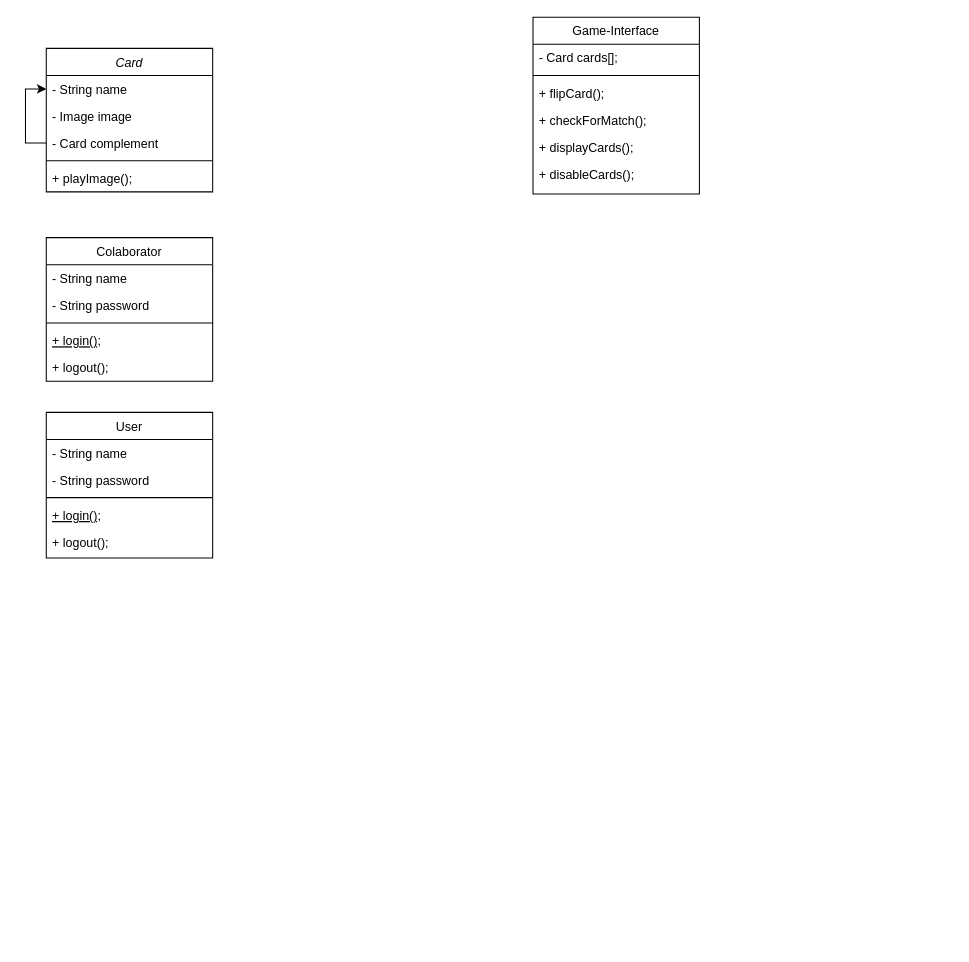
This is Final-Homework/AMS-Final-Homework-Class-Diagram.drawio from Stuepp/AMS, a draw.io file, before an edit. Source tidied: cells renumbered, new cells numbered last; positions are measured from the earlier drawing's top-left corner, leaving out a move shared by most shapes. Both pictures are drawn from the tidied source at 104%, with x=0, y=0 at pixel (46, 17).
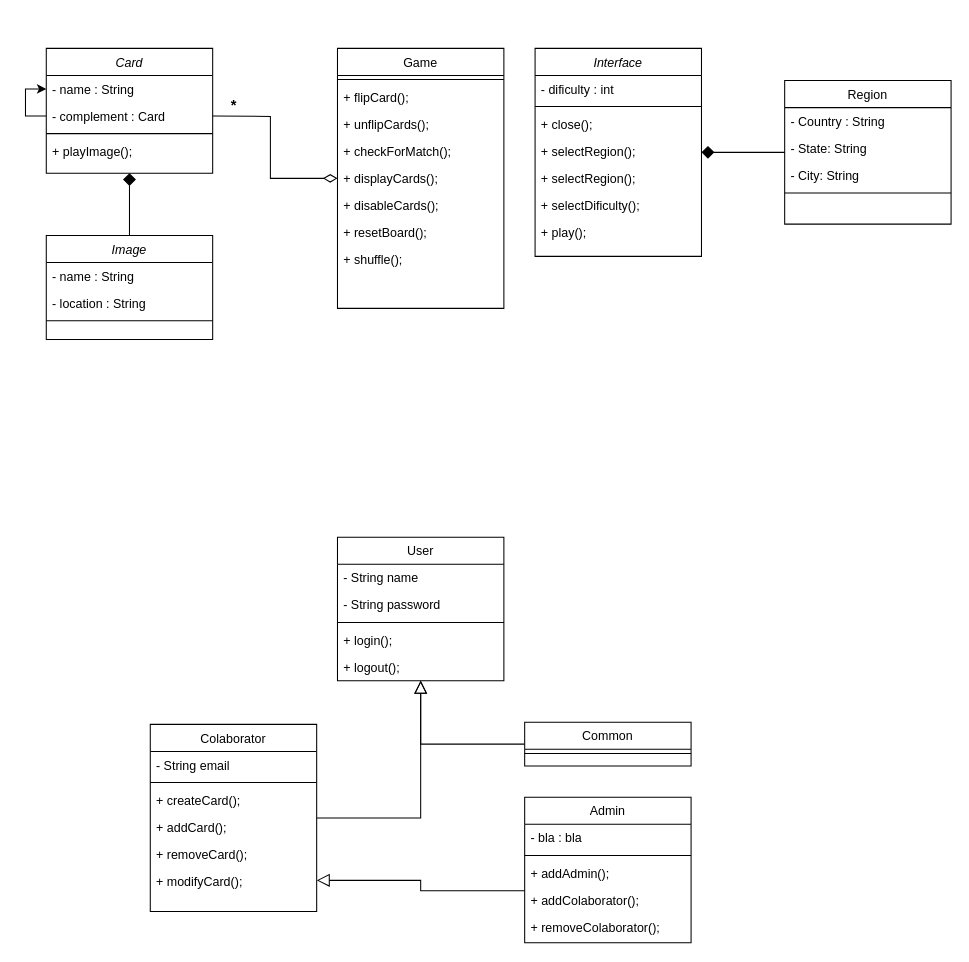
Above is the later version.

Commit message:
Class-Diagram

Diff of the diagram source:
```diff
@@
     <mxCell id="2" value="Card" style="swimlane;fontStyle=2;align=center;verticalAlign=top;horizontal=1;startSize=26;rounded=0;shadow=0;strokeWidth=1;" parent="1" vertex="1">
-      <mxGeometry y="30" width="160" height="138" as="geometry" />
+      <mxGeometry y="30" width="160" height="120" as="geometry" />
     </mxCell>
-    <mxCell id="3" value="- String name" style="text;align=left;verticalAlign=top;spacingLeft=4;spacingRight=4;overflow=hidden;points=[[0,0.5],[1,0.5]];portConstraint=eastwest;" parent="2" vertex="1">
+    <mxCell id="3" value="- name : String" style="text;align=left;verticalAlign=top;spacingLeft=4;spacingRight=4;overflow=hidden;points=[[0,0.5],[1,0.5]];portConstraint=eastwest;" parent="2" vertex="1">
       <mxGeometry y="26" width="160" height="26" as="geometry" />
     </mxCell>
-    <mxCell id="4" value="- Image image" style="text;align=left;verticalAlign=top;spacingLeft=4;spacingRight=4;overflow=hidden;rounded=0;shadow=0;html=0;" parent="2" vertex="1">
-      <mxGeometry y="52" width="160" height="26" as="geometry" />
-    </mxCell>
@@
-    <mxCell id="6" value="- Card complement" style="text;align=left;verticalAlign=top;spacingLeft=4;spacingRight=4;overflow=hidden;points=[[0,0.5],[1,0.5]];portConstraint=eastwest;rounded=0;shadow=0;html=0;" parent="2" vertex="1">
-      <mxGeometry y="78" width="160" height="26" as="geometry" />
+    <mxCell id="6" value="- complement : Card" style="text;align=left;verticalAlign=top;spacingLeft=4;spacingRight=4;overflow=hidden;points=[[0,0.5],[1,0.5]];portConstraint=eastwest;rounded=0;shadow=0;html=0;" parent="2" vertex="1">
+      <mxGeometry y="52" width="160" height="26" as="geometry" />
     </mxCell>
     <mxCell id="7" style="line;html=1;strokeWidth=1;align=left;verticalAlign=middle;spacingTop=-1;spacingLeft=3;spacingRight=3;labelPosition=right;" parent="2" vertex="1">
-      <mxGeometry y="104" width="160" height="8" as="geometry" />
+      <mxGeometry y="78" width="160" height="8" as="geometry" />
     </mxCell>
     <mxCell id="8" value="+ playImage();" style="text;align=left;verticalAlign=top;spacingLeft=4;spacingRight=4;overflow=hidden;rounded=0;shadow=0;html=0;" parent="2" vertex="1">
-      <mxGeometry y="112" width="160" height="26" as="geometry" />
+      <mxGeometry y="86" width="160" height="26" as="geometry" />
     </mxCell>
+    <mxCell id="28" style="edgeStyle=orthogonalEdgeStyle;rounded=0;jettySize=auto;html=1;endArrow=block;endFill=0;endSize=10;" parent="1" edge="1" source="9" target="36">
+      <mxGeometry relative="1" as="geometry" />
+    </mxCell>
     <mxCell id="9" value="Colaborator" style="swimlane;fontStyle=0;align=center;verticalAlign=top;horizontal=1;startSize=26;rounded=0;shadow=0;strokeWidth=1;" parent="1" vertex="1">
-      <mxGeometry y="212" width="160" height="138" as="geometry" />
+      <mxGeometry x="100" y="680" width="160" height="180" as="geometry" />
     </mxCell>
-    <mxCell id="10" value="- String name" style="text;align=left;verticalAlign=top;spacingLeft=4;spacingRight=4;overflow=hidden;" parent="9" vertex="1">
+    <mxCell id="10" value="- String email" style="text;align=left;verticalAlign=top;spacingLeft=4;spacingRight=4;overflow=hidden;" parent="9" vertex="1">
       <mxGeometry y="26" width="160" height="26" as="geometry" />
     </mxCell>
-    <mxCell id="11" value="- String password" style="text;align=left;verticalAlign=top;spacingLeft=4;spacingRight=4;overflow=hidden;rounded=0;shadow=0;html=0;" parent="9" vertex="1">
-      <mxGeometry y="52" width="160" height="26" as="geometry" />
-    </mxCell>
     <mxCell id="12" style="line;html=1;strokeWidth=1;align=left;verticalAlign=middle;spacingTop=-1;spacingLeft=3;spacingRight=3;labelPosition=right;" parent="9" vertex="1">
-      <mxGeometry y="78" width="160" height="8" as="geometry" />
+      <mxGeometry y="52" width="160" height="8" as="geometry" />
     </mxCell>
-    <mxCell id="13" value="+ login();" style="text;align=left;verticalAlign=top;spacingLeft=4;spacingRight=4;overflow=hidden;fontStyle=4;" parent="9" vertex="1">
-      <mxGeometry y="86" width="160" height="26" as="geometry" />
+    <mxCell id="13" value="+ createCard();" style="text;align=left;verticalAlign=top;spacingLeft=4;spacingRight=4;overflow=hidden;fontStyle=0;" parent="9" vertex="1">
+      <mxGeometry y="60" width="160" height="26" as="geometry" />
     </mxCell>
-    <mxCell id="14" value="+ logout();" style="text;align=left;verticalAlign=top;spacingLeft=4;spacingRight=4;overflow=hidden;" parent="9" vertex="1">
-      <mxGeometry y="112" width="160" height="26" as="geometry" />
-    </mxCell>
+    <mxCell id="29" value="+ addCard();" style="text;align=left;verticalAlign=top;spacingLeft=4;spacingRight=4;overflow=hidden;fontStyle=0;" parent="9" vertex="1">
+      <mxGeometry y="86" width="160" height="26" as="geometry" />
+    </mxCell>
+    <mxCell id="30" value="+ removeCard();" style="text;align=left;verticalAlign=top;spacingLeft=4;spacingRight=4;overflow=hidden;fontStyle=0;" parent="9" vertex="1">
+      <mxGeometry y="112" width="160" height="26" as="geometry" />
+    </mxCell>
+    <mxCell id="31" value="+ modifyCard();" style="text;align=left;verticalAlign=top;spacingLeft=4;spacingRight=4;overflow=hidden;fontStyle=0;" parent="9" vertex="1">
+      <mxGeometry y="138" width="160" height="26" as="geometry" />
+    </mxCell>
-    <mxCell id="15" value="Game-Interface" style="swimlane;fontStyle=0;align=center;verticalAlign=top;horizontal=1;startSize=26;rounded=0;shadow=0;strokeWidth=1;" parent="1" vertex="1">
-      <mxGeometry x="468" width="160" height="170" as="geometry" />
+    <mxCell id="15" value="Game" style="swimlane;fontStyle=0;align=center;verticalAlign=top;horizontal=1;startSize=26;rounded=0;shadow=0;strokeWidth=1;" parent="1" vertex="1">
+      <mxGeometry x="280" y="30" width="160" height="250" as="geometry" />
     </mxCell>
-    <mxCell id="16" value="- Card cards[];" style="text;align=left;verticalAlign=top;spacingLeft=4;spacingRight=4;overflow=hidden;" parent="15" vertex="1">
-      <mxGeometry y="26" width="160" height="26" as="geometry" />
-    </mxCell>
     <mxCell id="17" style="line;html=1;strokeWidth=1;align=left;verticalAlign=middle;spacingTop=-1;spacingLeft=3;spacingRight=3;labelPosition=right;" parent="15" vertex="1">
-      <mxGeometry y="52" width="160" height="8" as="geometry" />
+      <mxGeometry y="26" width="160" height="8" as="geometry" />
     </mxCell>
     <mxCell id="18" value="+ flipCard();" style="text;align=left;verticalAlign=top;spacingLeft=4;spacingRight=4;overflow=hidden;" parent="15" vertex="1">
-      <mxGeometry y="60" width="160" height="26" as="geometry" />
+      <mxGeometry y="34" width="160" height="26" as="geometry" />
     </mxCell>
+    <mxCell id="32" value="+ unflipCards();" style="text;align=left;verticalAlign=top;spacingLeft=4;spacingRight=4;overflow=hidden;" parent="15" vertex="1">
+      <mxGeometry y="60" width="160" height="26" as="geometry" />
+    </mxCell>
@@
+    <mxCell id="33" value="+ resetBoard();" style="text;align=left;verticalAlign=top;spacingLeft=4;spacingRight=4;overflow=hidden;" parent="15" vertex="1">
+      <mxGeometry y="164" width="160" height="26" as="geometry" />
+    </mxCell>
+    <mxCell id="34" value="+ shuffle();" style="text;align=left;verticalAlign=top;spacingLeft=4;spacingRight=4;overflow=hidden;" parent="15" vertex="1">
+      <mxGeometry y="190" width="160" height="26" as="geometry" />
+    </mxCell>
+    <mxCell id="35" style="edgeStyle=orthogonalEdgeStyle;rounded=0;jettySize=auto;html=1;endArrow=block;endFill=0;endSize=10;" parent="1" edge="1" source="22" target="36">
+      <mxGeometry relative="1" as="geometry" />
+    </mxCell>
-    <mxCell id="22" value="User" style="swimlane;fontStyle=0;align=center;verticalAlign=top;horizontal=1;startSize=26;rounded=0;shadow=0;strokeWidth=1;" parent="1" vertex="1">
-      <mxGeometry y="380" width="160" height="140" as="geometry" />
+    <mxCell id="22" value="Common" style="swimlane;fontStyle=0;align=center;verticalAlign=top;horizontal=1;startSize=26;rounded=0;shadow=0;strokeWidth=1;" parent="1" vertex="1">
+      <mxGeometry x="460" y="678" width="160" height="42" as="geometry" />
     </mxCell>
+    <mxCell id="25" style="line;html=1;strokeWidth=1;align=left;verticalAlign=middle;spacingTop=-1;spacingLeft=3;spacingRight=3;labelPosition=right;" parent="22" vertex="1">
+      <mxGeometry y="26" width="160" height="8" as="geometry" />
+    </mxCell>
+    <mxCell id="36" value="User" style="swimlane;fontStyle=0;align=center;verticalAlign=top;horizontal=1;startSize=26;rounded=0;shadow=0;strokeWidth=1;" parent="1" vertex="1">
+      <mxGeometry x="280" y="500" width="160" height="138" as="geometry" />
+    </mxCell>
-    <mxCell id="23" value="- String name" style="text;align=left;verticalAlign=top;spacingLeft=4;spacingRight=4;overflow=hidden;" parent="22" vertex="1">
+    <mxCell id="23" value="- String name" style="text;align=left;verticalAlign=top;spacingLeft=4;spacingRight=4;overflow=hidden;" parent="36" vertex="1">
       <mxGeometry y="26" width="160" height="26" as="geometry" />
     </mxCell>
-    <mxCell id="24" value="- String password" style="text;align=left;verticalAlign=top;spacingLeft=4;spacingRight=4;overflow=hidden;rounded=0;shadow=0;html=0;" parent="22" vertex="1">
-      <mxGeometry y="52" width="160" height="26" as="geometry" />
-    </mxCell>
-    <mxCell id="25" style="line;html=1;strokeWidth=1;align=left;verticalAlign=middle;spacingTop=-1;spacingLeft=3;spacingRight=3;labelPosition=right;" parent="22" vertex="1">
-      <mxGeometry y="78" width="160" height="8" as="geometry" />
-    </mxCell>
+    <mxCell id="37" value="- String password" style="text;align=left;verticalAlign=top;spacingLeft=4;spacingRight=4;overflow=hidden;rounded=0;shadow=0;html=0;" parent="36" vertex="1">
+      <mxGeometry y="52" width="160" height="26" as="geometry" />
+    </mxCell>
+    <mxCell id="38" style="line;html=1;strokeWidth=1;align=left;verticalAlign=middle;spacingTop=-1;spacingLeft=3;spacingRight=3;labelPosition=right;" parent="36" vertex="1">
+      <mxGeometry y="78" width="160" height="8" as="geometry" />
+    </mxCell>
-    <mxCell id="26" value="+ login();" style="text;align=left;verticalAlign=top;spacingLeft=4;spacingRight=4;overflow=hidden;fontStyle=4;" parent="22" vertex="1">
+    <mxCell id="26" value="+ login();" style="text;align=left;verticalAlign=top;spacingLeft=4;spacingRight=4;overflow=hidden;fontStyle=0;" parent="36" vertex="1">
       <mxGeometry y="86" width="160" height="26" as="geometry" />
     </mxCell>
-    <mxCell id="27" value="+ logout();" style="text;align=left;verticalAlign=top;spacingLeft=4;spacingRight=4;overflow=hidden;" parent="22" vertex="1">
-      <mxGeometry y="112" width="160" height="26" as="geometry" />
-    </mxCell>
+    <mxCell id="39" value="+ logout();" style="text;align=left;verticalAlign=top;spacingLeft=4;spacingRight=4;overflow=hidden;" parent="36" vertex="1">
+      <mxGeometry y="112" width="160" height="26" as="geometry" />
+    </mxCell>
+    <mxCell id="40" style="edgeStyle=orthogonalEdgeStyle;rounded=0;jettySize=auto;html=1;endArrow=diamondThin;endFill=0;endSize=11;" parent="1" edge="1" target="15">
+      <mxGeometry relative="1" as="geometry">
+        <mxPoint x="160" y="95" as="sourcePoint" />
+      </mxGeometry>
+    </mxCell>
+    <mxCell id="41" value="&lt;font style=&quot;font-size: 14px;&quot;&gt;&lt;b&gt;*&lt;/b&gt;&lt;/font&gt;" style="text;html=1;align=center;verticalAlign=middle;strokeColor=none;fillColor=none;fontStyle=1;" parent="1" vertex="1">
+      <mxGeometry x="165" y="70" width="30" height="30" as="geometry" />
+    </mxCell>
+    <mxCell id="42" style="edgeStyle=orthogonalEdgeStyle;rounded=0;jettySize=auto;html=1;fontSize=14;endArrow=diamond;endFill=1;endSize=10;" parent="1" edge="1" source="43" target="2">
+      <mxGeometry relative="1" as="geometry" />
+    </mxCell>
+    <mxCell id="43" value="Image" style="swimlane;fontStyle=2;align=center;verticalAlign=top;horizontal=1;startSize=26;rounded=0;shadow=0;strokeWidth=1;" parent="1" vertex="1">
+      <mxGeometry y="210" width="160" height="100" as="geometry" />
+    </mxCell>
+    <mxCell id="44" value="- name : String" style="text;align=left;verticalAlign=top;spacingLeft=4;spacingRight=4;overflow=hidden;" parent="43" vertex="1">
+      <mxGeometry y="26" width="160" height="26" as="geometry" />
+    </mxCell>
+    <mxCell id="45" value="- location : String" style="text;align=left;verticalAlign=top;spacingLeft=4;spacingRight=4;overflow=hidden;rounded=0;shadow=0;html=0;" parent="43" vertex="1">
+      <mxGeometry y="52" width="160" height="26" as="geometry" />
+    </mxCell>
+    <mxCell id="46" style="line;html=1;strokeWidth=1;align=left;verticalAlign=middle;spacingTop=-1;spacingLeft=3;spacingRight=3;labelPosition=right;" parent="43" vertex="1">
+      <mxGeometry y="78" width="160" height="8" as="geometry" />
+    </mxCell>
+    <mxCell id="47" value="Interface" style="swimlane;fontStyle=2;align=center;verticalAlign=top;horizontal=1;startSize=26;rounded=0;shadow=0;strokeWidth=1;" parent="1" vertex="1">
+      <mxGeometry x="470" y="30" width="160" height="200" as="geometry" />
+    </mxCell>
+    <mxCell id="48" value="- dificulty : int" style="text;align=left;verticalAlign=top;spacingLeft=4;spacingRight=4;overflow=hidden;" parent="47" vertex="1">
+      <mxGeometry y="26" width="160" height="26" as="geometry" />
+    </mxCell>
+    <mxCell id="49" style="line;html=1;strokeWidth=1;align=left;verticalAlign=middle;spacingTop=-1;spacingLeft=3;spacingRight=3;labelPosition=right;" parent="47" vertex="1">
+      <mxGeometry y="52" width="160" height="8" as="geometry" />
+    </mxCell>
+    <mxCell id="50" value="+ close();" style="text;align=left;verticalAlign=top;spacingLeft=4;spacingRight=4;overflow=hidden;" parent="47" vertex="1">
+      <mxGeometry y="60" width="160" height="26" as="geometry" />
+    </mxCell>
+    <mxCell id="51" value="+ selectRegion();" style="text;align=left;verticalAlign=top;spacingLeft=4;spacingRight=4;overflow=hidden;" parent="47" vertex="1">
+      <mxGeometry y="86" width="160" height="26" as="geometry" />
+    </mxCell>
+    <mxCell id="52" value="+ selectRegion();" style="text;align=left;verticalAlign=top;spacingLeft=4;spacingRight=4;overflow=hidden;" parent="47" vertex="1">
+      <mxGeometry y="112" width="160" height="26" as="geometry" />
+    </mxCell>
+    <mxCell id="53" value="+ selectDificulty();" style="text;align=left;verticalAlign=top;spacingLeft=4;spacingRight=4;overflow=hidden;" parent="47" vertex="1">
+      <mxGeometry y="138" width="160" height="26" as="geometry" />
+    </mxCell>
+    <mxCell id="54" value="+ play();" style="text;align=left;verticalAlign=top;spacingLeft=4;spacingRight=4;overflow=hidden;" parent="47" vertex="1">
+      <mxGeometry y="164" width="160" height="26" as="geometry" />
+    </mxCell>
+    <mxCell id="55" style="edgeStyle=orthogonalEdgeStyle;rounded=0;jettySize=auto;html=1;fontSize=14;endArrow=diamond;endFill=1;endSize=10;" parent="1" edge="1" source="56" target="47">
+      <mxGeometry relative="1" as="geometry" />
+    </mxCell>
+    <mxCell id="56" value="Region" style="swimlane;fontStyle=0;align=center;verticalAlign=top;horizontal=1;startSize=26;rounded=0;shadow=0;strokeWidth=1;" parent="1" vertex="1">
+      <mxGeometry x="710" y="61" width="160" height="138" as="geometry" />
+    </mxCell>
+    <mxCell id="57" value="- Country : String" style="text;align=left;verticalAlign=top;spacingLeft=4;spacingRight=4;overflow=hidden;" parent="56" vertex="1">
+      <mxGeometry y="26" width="160" height="26" as="geometry" />
+    </mxCell>
+    <mxCell id="58" value="- State: String" style="text;align=left;verticalAlign=top;spacingLeft=4;spacingRight=4;overflow=hidden;rounded=0;shadow=0;html=0;" parent="56" vertex="1">
+      <mxGeometry y="52" width="160" height="26" as="geometry" />
+    </mxCell>
+    <mxCell id="59" value="- City: String" style="text;align=left;verticalAlign=top;spacingLeft=4;spacingRight=4;overflow=hidden;rounded=0;shadow=0;html=0;" parent="56" vertex="1">
+      <mxGeometry y="78" width="160" height="26" as="geometry" />
+    </mxCell>
+    <mxCell id="60" style="line;html=1;strokeWidth=1;align=left;verticalAlign=middle;spacingTop=-1;spacingLeft=3;spacingRight=3;labelPosition=right;" parent="56" vertex="1">
+      <mxGeometry y="104" width="160" height="8" as="geometry" />
+    </mxCell>
+    <mxCell id="61" style="edgeStyle=orthogonalEdgeStyle;rounded=0;jettySize=auto;html=1;fontSize=14;endArrow=block;endFill=0;endSize=10;" parent="1" edge="1" source="62" target="9">
+      <mxGeometry relative="1" as="geometry">
+        <Array as="points">
+          <mxPoint x="360" y="840" />
+          <mxPoint x="360" y="830" />
+        </Array>
+      </mxGeometry>
+    </mxCell>
+    <mxCell id="62" value="Admin" style="swimlane;fontStyle=0;align=center;verticalAlign=top;horizontal=1;startSize=26;rounded=0;shadow=0;strokeWidth=1;" parent="1" vertex="1">
+      <mxGeometry x="460" y="750" width="160" height="140" as="geometry" />
+    </mxCell>
+    <mxCell id="63" value="- bla : bla" style="text;align=left;verticalAlign=top;spacingLeft=4;spacingRight=4;overflow=hidden;" parent="62" vertex="1">
+      <mxGeometry y="26" width="160" height="26" as="geometry" />
+    </mxCell>
+    <mxCell id="64" style="line;html=1;strokeWidth=1;align=left;verticalAlign=middle;spacingTop=-1;spacingLeft=3;spacingRight=3;labelPosition=right;" parent="62" vertex="1">
+      <mxGeometry y="52" width="160" height="8" as="geometry" />
+    </mxCell>
+    <mxCell id="65" value="+ addAdmin();" style="text;align=left;verticalAlign=top;spacingLeft=4;spacingRight=4;overflow=hidden;fontStyle=0;" parent="62" vertex="1">
+      <mxGeometry y="60" width="160" height="26" as="geometry" />
+    </mxCell>
+    <mxCell id="66" value="+ addColaborator();" style="text;align=left;verticalAlign=top;spacingLeft=4;spacingRight=4;overflow=hidden;fontStyle=0;" parent="62" vertex="1">
+      <mxGeometry y="86" width="160" height="26" as="geometry" />
+    </mxCell>
+    <mxCell id="67" value="+ removeColaborator();" style="text;align=left;verticalAlign=top;spacingLeft=4;spacingRight=4;overflow=hidden;fontStyle=0;" parent="62" vertex="1">
+      <mxGeometry y="112" width="160" height="26" as="geometry" />
+    </mxCell>
```
